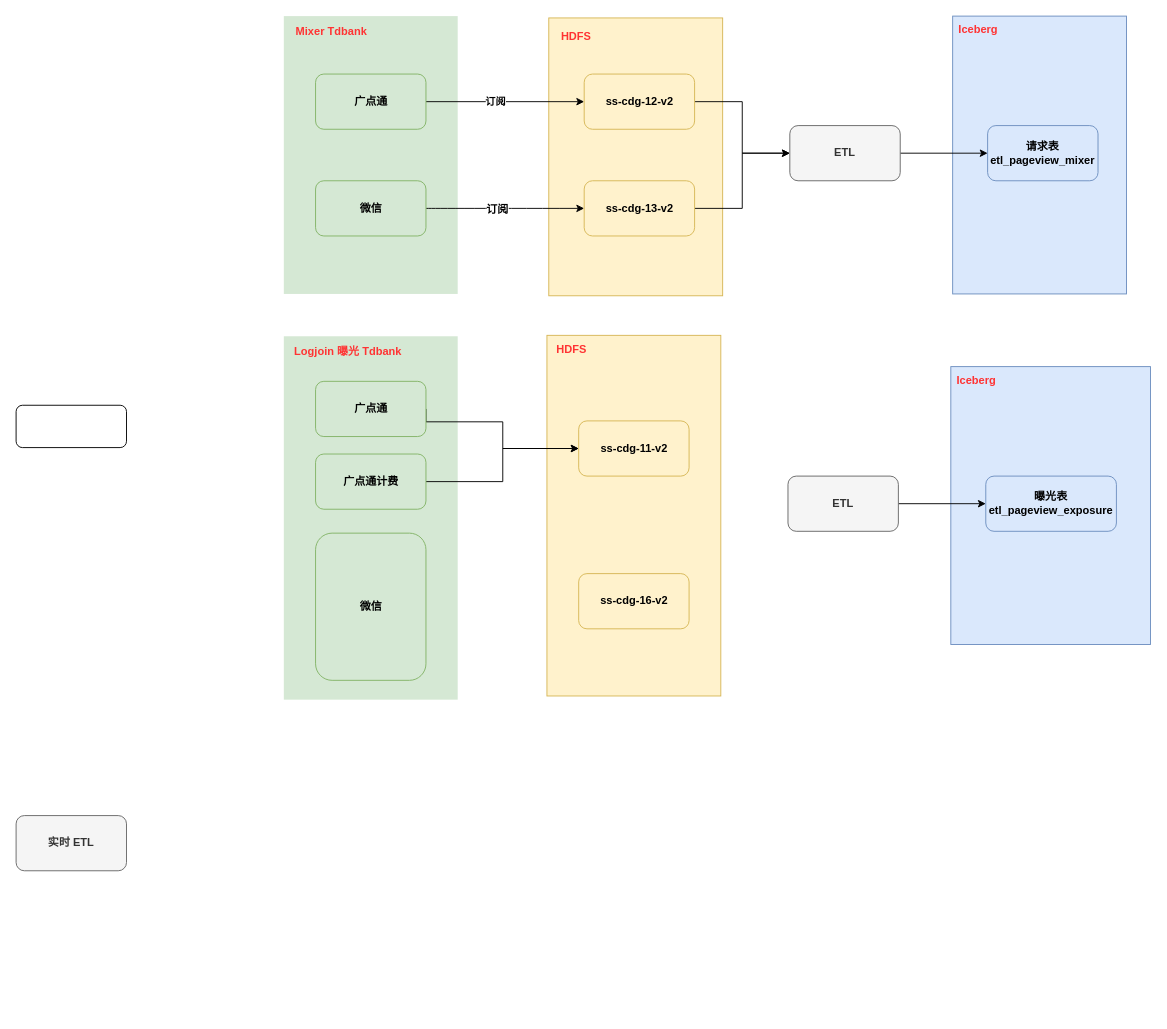
WindLeeWT/Misc keeps this draw.io diagram as ETL日志流.drawio. Above is the earlier version. Source tidied: cells renumbered, new cells numbered last; positions are measured from the earlier drawing's top-left corner, leaving out a move shared by most shapes. Both pictures are drawn from the tidied source at 92%, with x=0, y=0 at pixel (16, 16).
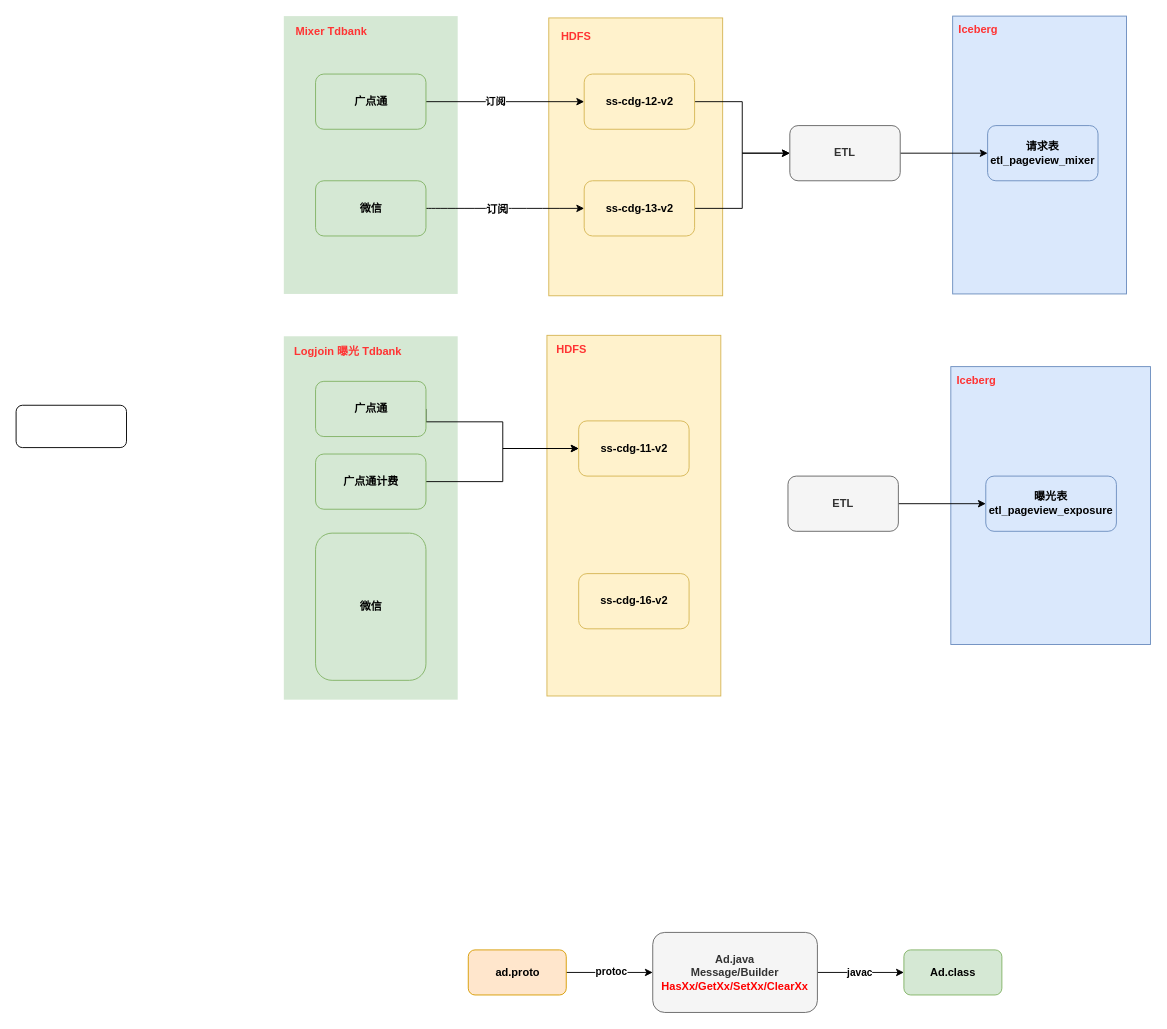
Above is the later version.

What changed in the source:
```diff
@@
+    <mxCell id="39" style="edgeStyle=orthogonalEdgeStyle;rounded=0;jettySize=auto;html=1;exitX=1;exitY=0.5;exitDx=0;exitDy=0;entryX=0;entryY=0.5;entryDx=0;entryDy=0;" parent="1" edge="1" source="35" target="43">
+      <mxGeometry relative="1" as="geometry" />
+    </mxCell>
+    <mxCell id="40" value="protoc" style="edgeLabel;html=1;align=center;verticalAlign=middle;fontStyle=1;" parent="39" vertex="1">
+      <mxGeometry x="0.02" y="1" relative="1" as="geometry" />
+    </mxCell>
-    <mxCell id="35" value="&lt;b&gt;实时 ETL&lt;/b&gt;" style="rounded=1;whiteSpace=wrap;html=1;fillColor=#f5f5f5;strokeColor=#666666;fontColor=#333333;" parent="1" vertex="1">
-      <mxGeometry y="869" width="120" height="60" as="geometry" />
+    <mxCell id="35" value="&lt;b&gt;ad.proto&lt;/b&gt;" style="rounded=1;whiteSpace=wrap;html=1;fillColor=#ffe6cc;strokeColor=#d79b00;" parent="1" vertex="1">
+      <mxGeometry x="491.5" y="1015" width="106.5" height="49" as="geometry" />
     </mxCell>
@@
+    <mxCell id="41" style="edgeStyle=orthogonalEdgeStyle;rounded=0;jettySize=auto;html=1;exitX=1;exitY=0.5;exitDx=0;exitDy=0;entryX=0;entryY=0.5;entryDx=0;entryDy=0;" parent="1" edge="1" source="43" target="44">
+      <mxGeometry relative="1" as="geometry" />
+    </mxCell>
+    <mxCell id="42" value="javac" style="edgeLabel;html=1;align=center;verticalAlign=middle;fontStyle=1;" parent="41" vertex="1">
+      <mxGeometry x="-0.04" relative="1" as="geometry" />
+    </mxCell>
+    <mxCell id="43" value="&lt;b&gt;Ad.java&lt;br&gt;Message/Builder&lt;br&gt;&lt;font color=&quot;#ff0000&quot;&gt;HasXx/GetXx/SetXx/ClearXx&lt;/font&gt;&lt;br&gt;&lt;/b&gt;" style="rounded=1;whiteSpace=wrap;html=1;fillColor=#f5f5f5;strokeColor=#666666;fontColor=#333333;" parent="1" vertex="1">
+      <mxGeometry x="692" y="996" width="179" height="87" as="geometry" />
+    </mxCell>
+    <mxCell id="44" value="&lt;b&gt;Ad.class&lt;/b&gt;" style="rounded=1;whiteSpace=wrap;html=1;fillColor=#d5e8d4;strokeColor=#82b366;" parent="1" vertex="1">
+      <mxGeometry x="965" y="1015" width="106.5" height="49" as="geometry" />
+    </mxCell>
```
